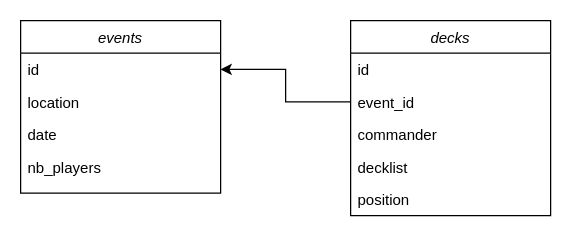
The draw.io diagram Diagrama sem nome.drawio in AdryannMillos/leviathan, before the edit. Source tidied: cells renumbered, new cells numbered last; positions are measured from the earlier drawing's top-left corner, leaving out a move shared by most shapes. Both pictures are drawn from the tidied source at 125%, with x=0, y=0 at pixel (20, 20).
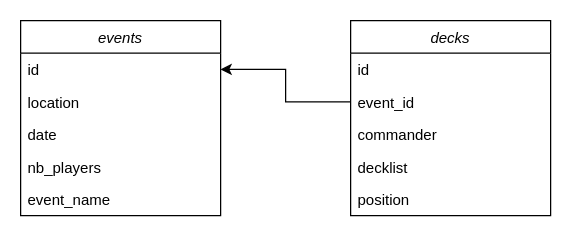
The same diagram, later.

Commit message (it also covers changes not shown here):
Actualizar Diagrama database.drawio

Change to the diagram source:
```diff
@@
 <mxGraphModel>
   <root>
     <mxCell id="0" />
     <mxCell id="1" parent="0" />
     <mxCell id="2" value="events" style="swimlane;fontStyle=2;align=center;verticalAlign=top;horizontal=1;startSize=26;rounded=0;shadow=0;strokeWidth=1;" parent="1" vertex="1">
-      <mxGeometry width="160" height="138" as="geometry" />
+      <mxGeometry width="160" height="156" as="geometry" />
     </mxCell>
     <mxCell id="3" value="id" style="text;align=left;verticalAlign=top;spacingLeft=4;spacingRight=4;overflow=hidden;points=[[0,0.5],[1,0.5]];portConstraint=eastwest;" parent="2" vertex="1">
       <mxGeometry y="26" width="160" height="26" as="geometry" />
     </mxCell>
     <mxCell id="4" value="location" style="text;align=left;verticalAlign=top;spacingLeft=4;spacingRight=4;overflow=hidden;" parent="2" vertex="1">
       <mxGeometry y="52" width="160" height="26" as="geometry" />
     </mxCell>
     <mxCell id="5" value="date" style="text;align=left;verticalAlign=top;spacingLeft=4;spacingRight=4;overflow=hidden;rounded=0;shadow=0;html=0;" parent="2" vertex="1">
       <mxGeometry y="78" width="160" height="26" as="geometry" />
     </mxCell>
     <mxCell id="6" value="nb_players" style="text;align=left;verticalAlign=top;spacingLeft=4;spacingRight=4;overflow=hidden;rounded=0;shadow=0;html=0;" parent="2" vertex="1">
       <mxGeometry y="104" width="160" height="26" as="geometry" />
     </mxCell>
+    <mxCell id="14" value="event_name" style="text;align=left;verticalAlign=top;spacingLeft=4;spacingRight=4;overflow=hidden;rounded=0;shadow=0;html=0;" parent="2" vertex="1">
+      <mxGeometry y="130" width="160" height="26" as="geometry" />
+    </mxCell>
     <mxCell id="7" value="decks" style="swimlane;fontStyle=2;align=center;verticalAlign=top;horizontal=1;startSize=26;rounded=0;shadow=0;strokeWidth=1;" parent="1" vertex="1">
       <mxGeometry x="264" width="160" height="156" as="geometry" />
     </mxCell>
     <mxCell id="8" value="id" style="text;align=left;verticalAlign=top;spacingLeft=4;spacingRight=4;overflow=hidden;" parent="7" vertex="1">
       <mxGeometry y="26" width="160" height="26" as="geometry" />
     </mxCell>
     <mxCell id="9" value="event_id" style="text;align=left;verticalAlign=top;spacingLeft=4;spacingRight=4;overflow=hidden;points=[[0,0.5],[1,0.5]];portConstraint=eastwest;" parent="7" vertex="1">
       <mxGeometry y="52" width="160" height="26" as="geometry" />
     </mxCell>
     <mxCell id="10" value="commander" style="text;align=left;verticalAlign=top;spacingLeft=4;spacingRight=4;overflow=hidden;rounded=0;shadow=0;html=0;" parent="7" vertex="1">
       <mxGeometry y="78" width="160" height="26" as="geometry" />
     </mxCell>
     <mxCell id="11" value="decklist" style="text;align=left;verticalAlign=top;spacingLeft=4;spacingRight=4;overflow=hidden;rounded=0;shadow=0;html=0;" parent="7" vertex="1">
       <mxGeometry y="104" width="160" height="26" as="geometry" />
     </mxCell>
     <mxCell id="12" value="position" style="text;align=left;verticalAlign=top;spacingLeft=4;spacingRight=4;overflow=hidden;rounded=0;shadow=0;html=0;" parent="7" vertex="1">
       <mxGeometry y="130" width="160" height="26" as="geometry" />
     </mxCell>
     <mxCell id="13" style="edgeStyle=orthogonalEdgeStyle;rounded=0;jettySize=auto;html=1;exitX=0;exitY=0.5;exitDx=0;exitDy=0;entryX=1;entryY=0.5;entryDx=0;entryDy=0;" parent="1" edge="1" source="9" target="3">
       <mxGeometry relative="1" as="geometry" />
     </mxCell>
   </root>
 </mxGraphModel>
```
